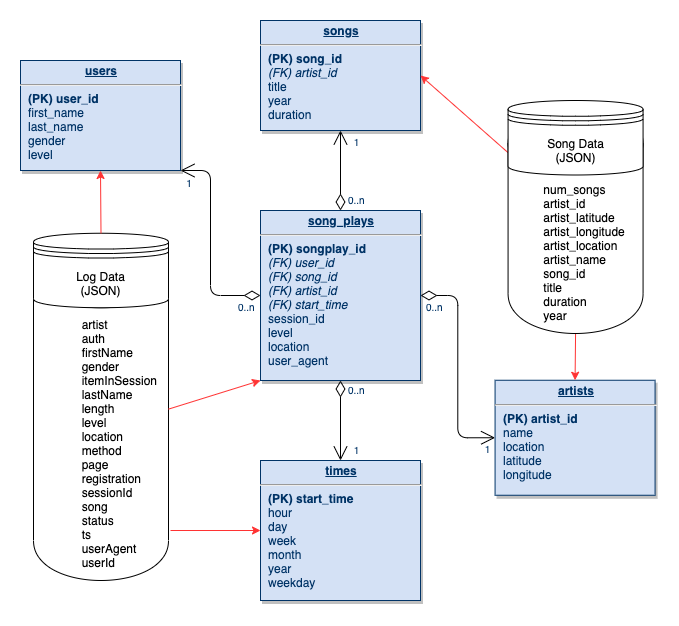
Before: p1/assets/images/StarSchemaDesign.png, a diagram exported from draw.io (BaderAlshaya/Udacity_DEND). Source tidied: cells renumbered, new cells last; positions are measured from the earlier drawing's top-left corner, leaving out a move shared by most shapes.
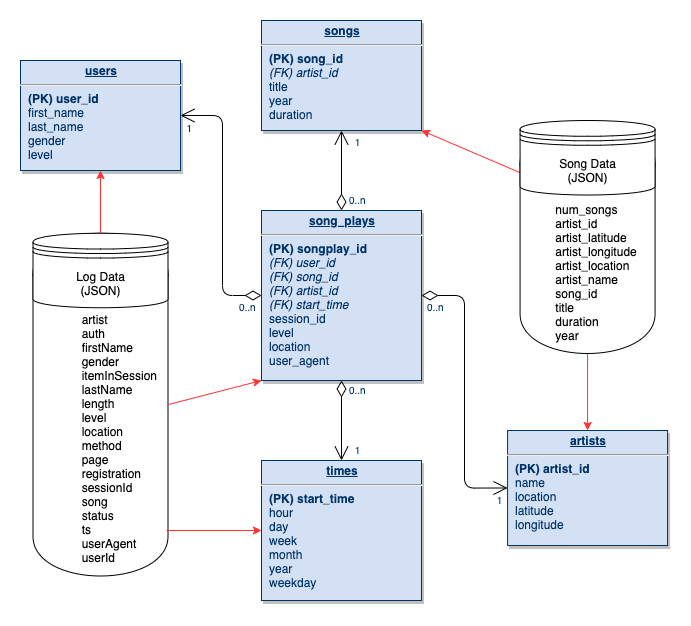
After the commit.

The edit, as a diff of the source:
```diff
@@ -3,22 +3,22 @@
     <mxCell id="0" />
     <mxCell id="1" parent="0" />
     <mxCell id="2" value="&lt;br&gt;&lt;br&gt;&amp;nbsp; &amp;nbsp; &amp;nbsp; &amp;nbsp; &amp;nbsp; &amp;nbsp; &amp;nbsp; artist&lt;br&gt;&amp;nbsp; &amp;nbsp; &amp;nbsp; &amp;nbsp; &amp;nbsp; &amp;nbsp; &amp;nbsp;&amp;nbsp;auth&lt;br&gt;&amp;nbsp; &amp;nbsp; &amp;nbsp; &amp;nbsp; &amp;nbsp; &amp;nbsp; &amp;nbsp;&amp;nbsp;firstName&lt;br&gt;&amp;nbsp; &amp;nbsp; &amp;nbsp; &amp;nbsp; &amp;nbsp; &amp;nbsp; &amp;nbsp;&amp;nbsp;gender&lt;br&gt;&amp;nbsp; &amp;nbsp; &amp;nbsp; &amp;nbsp; &amp;nbsp; &amp;nbsp; &amp;nbsp;&amp;nbsp;itemInSession&lt;br&gt;&amp;nbsp; &amp;nbsp; &amp;nbsp; &amp;nbsp; &amp;nbsp; &amp;nbsp; &amp;nbsp;&amp;nbsp;lastName&lt;br&gt;&amp;nbsp; &amp;nbsp; &amp;nbsp; &amp;nbsp; &amp;nbsp; &amp;nbsp; &amp;nbsp;&amp;nbsp;length&lt;br&gt;&amp;nbsp; &amp;nbsp; &amp;nbsp; &amp;nbsp; &amp;nbsp; &amp;nbsp; &amp;nbsp;&amp;nbsp;level&lt;br&gt;&amp;nbsp; &amp;nbsp; &amp;nbsp; &amp;nbsp; &amp;nbsp; &amp;nbsp; &amp;nbsp;&amp;nbsp;location&lt;br&gt;&amp;nbsp; &amp;nbsp; &amp;nbsp; &amp;nbsp; &amp;nbsp; &amp;nbsp; &amp;nbsp;&amp;nbsp;method&lt;br&gt;&amp;nbsp; &amp;nbsp; &amp;nbsp; &amp;nbsp; &amp;nbsp; &amp;nbsp; &amp;nbsp;&amp;nbsp;page&lt;br&gt;&amp;nbsp; &amp;nbsp; &amp;nbsp; &amp;nbsp; &amp;nbsp; &amp;nbsp; &amp;nbsp;&amp;nbsp;registration&lt;br&gt;&amp;nbsp; &amp;nbsp; &amp;nbsp; &amp;nbsp; &amp;nbsp; &amp;nbsp; &amp;nbsp;&amp;nbsp;sessionId&lt;br&gt;&amp;nbsp; &amp;nbsp; &amp;nbsp; &amp;nbsp; &amp;nbsp; &amp;nbsp; &amp;nbsp;&amp;nbsp;song&lt;br&gt;&amp;nbsp; &amp;nbsp; &amp;nbsp; &amp;nbsp; &amp;nbsp; &amp;nbsp; &amp;nbsp;&amp;nbsp;status&lt;br&gt;&amp;nbsp; &amp;nbsp; &amp;nbsp; &amp;nbsp; &amp;nbsp; &amp;nbsp; &amp;nbsp;&amp;nbsp;ts&lt;br&gt;&amp;nbsp; &amp;nbsp; &amp;nbsp; &amp;nbsp; &amp;nbsp; &amp;nbsp; &amp;nbsp;&amp;nbsp;userAgent&lt;br&gt;&amp;nbsp; &amp;nbsp; &amp;nbsp; &amp;nbsp; &amp;nbsp; &amp;nbsp; &amp;nbsp;&amp;nbsp;userId" style="shape=cylinder;whiteSpace=wrap;html=1;boundedLbl=1;backgroundOutline=1;align=left;" parent="1" vertex="1">
-      <mxGeometry x="13" y="217.2" width="135" height="342.8" as="geometry" />
+      <mxGeometry x="0.5" y="212.8" width="135" height="342.8" as="geometry" />
     </mxCell>
     <mxCell id="3" value="&lt;p style=&quot;margin: 0px ; margin-top: 4px ; text-align: center ; text-decoration: underline&quot;&gt;&lt;strong&gt;users&lt;/strong&gt;&lt;/p&gt;&lt;hr&gt;&lt;p style=&quot;margin: 0px ; margin-left: 8px&quot;&gt;&lt;b&gt;(PK) user_id&lt;/b&gt;&lt;/p&gt;&lt;p style=&quot;margin: 0px ; margin-left: 8px&quot;&gt;first_name&lt;/p&gt;&lt;p style=&quot;margin: 0px ; margin-left: 8px&quot;&gt;last_name&lt;/p&gt;&lt;p style=&quot;margin: 0px ; margin-left: 8px&quot;&gt;gender&lt;/p&gt;&lt;p style=&quot;margin: 0px ; margin-left: 8px&quot;&gt;level&lt;br&gt;&lt;/p&gt;" style="verticalAlign=top;align=left;overflow=fill;fontSize=12;fontFamily=Helvetica;html=1;strokeColor=#003366;shadow=1;fillColor=#D4E1F5;fontColor=#003366;" parent="1" vertex="1">
-      <mxGeometry y="40" width="160" height="110" as="geometry" />
+      <mxGeometry x="-12" y="40" width="160" height="110" as="geometry" />
     </mxCell>
     <mxCell id="4" value="&lt;p style=&quot;margin: 0px ; margin-top: 4px ; text-align: center ; text-decoration: underline&quot;&gt;&lt;strong&gt;times&lt;/strong&gt;&lt;/p&gt;&lt;hr&gt;&lt;p style=&quot;margin: 0px ; margin-left: 8px&quot;&gt;&lt;b&gt;(PK) start_time&lt;/b&gt;&lt;/p&gt;&lt;p style=&quot;margin: 0px ; margin-left: 8px&quot;&gt;hour&lt;/p&gt;&lt;p style=&quot;margin: 0px ; margin-left: 8px&quot;&gt;day&lt;/p&gt;&lt;p style=&quot;margin: 0px ; margin-left: 8px&quot;&gt;week&lt;/p&gt;&lt;p style=&quot;margin: 0px ; margin-left: 8px&quot;&gt;month&lt;/p&gt;&lt;p style=&quot;margin: 0px ; margin-left: 8px&quot;&gt;year&lt;/p&gt;&lt;p style=&quot;margin: 0px ; margin-left: 8px&quot;&gt;weekday&lt;br&gt;&lt;/p&gt;" style="verticalAlign=top;align=left;overflow=fill;fontSize=12;fontFamily=Helvetica;html=1;strokeColor=#003366;shadow=1;fillColor=#D4E1F5;fontColor=#003366;" parent="1" vertex="1">
-      <mxGeometry x="240" y="440" width="160" height="140" as="geometry" />
+      <mxGeometry x="229" y="440" width="160" height="140" as="geometry" />
     </mxCell>
     <mxCell id="5" value="&lt;p style=&quot;margin: 4px 0px 0px ; text-align: center&quot;&gt;&lt;b&gt;&lt;u&gt;song_plays&lt;/u&gt;&lt;/b&gt;&lt;br&gt;&lt;/p&gt;&lt;hr&gt;&lt;p style=&quot;margin: 0px 0px 0px 8px&quot;&gt;&lt;b&gt;(PK) songplay_id&lt;br&gt;&lt;/b&gt;&lt;/p&gt;&lt;p style=&quot;margin: 0px 0px 0px 8px&quot;&gt;&lt;i&gt;(FK) user_id&lt;/i&gt;&lt;/p&gt;&lt;p style=&quot;margin: 0px ; margin-left: 8px&quot;&gt;&lt;i&gt;(FK)&amp;nbsp;&lt;span&gt;song_id&lt;/span&gt;&lt;/i&gt;&lt;/p&gt;&lt;p style=&quot;margin: 0px ; margin-left: 8px&quot;&gt;&lt;i&gt;&lt;span&gt;(FK)&amp;nbsp;&lt;/span&gt;&lt;span&gt;artist_id&lt;/span&gt;&lt;/i&gt;&lt;/p&gt;&lt;p style=&quot;margin: 0px ; margin-left: 8px&quot;&gt;&lt;i&gt;(FK) start_time&lt;/i&gt;&lt;/p&gt;&lt;p style=&quot;margin: 0px 0px 0px 8px&quot;&gt;session_id&lt;br&gt;&lt;/p&gt;&lt;p style=&quot;margin: 0px ; margin-left: 8px&quot;&gt;&lt;span&gt;level&lt;/span&gt;&lt;br&gt;&lt;/p&gt;&lt;p style=&quot;margin: 0px ; margin-left: 8px&quot;&gt;&lt;span&gt;location&lt;/span&gt;&lt;br&gt;&lt;/p&gt;&lt;p style=&quot;margin: 0px ; margin-left: 8px&quot;&gt;user_agent&lt;br&gt;&lt;/p&gt;" style="verticalAlign=top;align=left;overflow=fill;fontSize=12;fontFamily=Helvetica;html=1;strokeColor=#003366;shadow=1;fillColor=#D4E1F5;fontColor=#003366;" parent="1" vertex="1">
-      <mxGeometry x="240" y="190" width="160" height="170" as="geometry" />
+      <mxGeometry x="229" y="190" width="160" height="170" as="geometry" />
     </mxCell>
     <mxCell id="6" value="&lt;p style=&quot;margin: 0px ; margin-top: 4px ; text-align: center ; text-decoration: underline&quot;&gt;&lt;strong&gt;artists&lt;/strong&gt;&lt;/p&gt;&lt;hr&gt;&lt;p style=&quot;margin: 0px ; margin-left: 8px&quot;&gt;&lt;b&gt;(PK) artist_id&lt;/b&gt;&lt;/p&gt;&lt;p style=&quot;margin: 0px ; margin-left: 8px&quot;&gt;name&lt;/p&gt;&lt;p style=&quot;margin: 0px ; margin-left: 8px&quot;&gt;location&lt;/p&gt;&lt;p style=&quot;margin: 0px ; margin-left: 8px&quot;&gt;latitude&lt;/p&gt;&lt;p style=&quot;margin: 0px ; margin-left: 8px&quot;&gt;longitude&lt;br&gt;&lt;/p&gt;" style="verticalAlign=top;align=left;overflow=fill;fontSize=12;fontFamily=Helvetica;html=1;strokeColor=#003366;shadow=1;fillColor=#D4E1F5;fontColor=#003366;" parent="1" vertex="1">
-      <mxGeometry x="474.6" y="359.8" width="160" height="115" as="geometry" />
+      <mxGeometry x="475.1" y="410" width="160" height="115" as="geometry" />
     </mxCell>
     <mxCell id="7" value="&lt;p style=&quot;margin: 0px ; margin-top: 4px ; text-align: center ; text-decoration: underline&quot;&gt;&lt;strong&gt;songs&lt;/strong&gt;&lt;/p&gt;&lt;hr&gt;&lt;p style=&quot;margin: 0px ; margin-left: 8px&quot;&gt;&lt;b&gt;(PK) song_id&lt;/b&gt;&lt;/p&gt;&lt;p style=&quot;margin: 0px 0px 0px 8px&quot;&gt;&lt;i&gt;(FK) artist_id&lt;/i&gt;&lt;/p&gt;&lt;p style=&quot;margin: 0px ; margin-left: 8px&quot;&gt;title&lt;/p&gt;&lt;p style=&quot;margin: 0px ; margin-left: 8px&quot;&gt;&lt;span&gt;year&lt;/span&gt;&lt;br&gt;&lt;/p&gt;&lt;p style=&quot;margin: 0px ; margin-left: 8px&quot;&gt;duration&lt;br&gt;&lt;/p&gt;" style="verticalAlign=top;align=left;overflow=fill;fontSize=12;fontFamily=Helvetica;html=1;strokeColor=#003366;shadow=1;fillColor=#D4E1F5;fontColor=#003366;" parent="1" vertex="1">
-      <mxGeometry x="240" width="160" height="110" as="geometry" />
+      <mxGeometry x="229" width="160" height="110" as="geometry" />
     </mxCell>
     <mxCell id="8" style="endArrow=open;endSize=12;startArrow=diamondThin;startSize=14;startFill=0;edgeStyle=orthogonalEdgeStyle;" parent="1" edge="1" source="5" target="4">
       <mxGeometry x="1269.4" y="180" as="geometry" />
@@ -59,11 +59,11 @@
         <mxPoint x="20" as="offset" />
       </mxGeometry>
     </mxCell>
-    <mxCell id="17" style="endArrow=open;endSize=12;startArrow=diamondThin;startSize=14;startFill=0;edgeStyle=orthogonalEdgeStyle;entryX=1;entryY=1;entryDx=0;entryDy=0;" parent="1" edge="1" source="5" target="3">
+    <mxCell id="17" style="endArrow=open;endSize=12;startArrow=diamondThin;startSize=14;startFill=0;edgeStyle=orthogonalEdgeStyle;entryX=1;entryY=0.5;entryDx=0;entryDy=0;" parent="1" edge="1" source="5" target="3">
       <mxGeometry x="1389.4" y="130" as="geometry">
         <Array as="points">
           <mxPoint x="190" y="275" />
-          <mxPoint x="190" y="150" />
+          <mxPoint x="190" y="95" />
         </Array>
       </mxGeometry>
     </mxCell>
@@ -81,7 +81,7 @@
       <mxGeometry relative="1" as="geometry" />
     </mxCell>
     <mxCell id="21" value="Log Data&lt;br&gt;(JSON)" style="shape=datastore;whiteSpace=wrap;html=1;" parent="1" vertex="1">
-      <mxGeometry x="13" y="212.8" width="135" height="74.5" as="geometry" />
+      <mxGeometry x="0.5" y="212.8" width="135" height="74.5" as="geometry" />
     </mxCell>
     <mxCell id="22" style="endArrow=classic;html=1;entryX=0.5;entryY=1;entryDx=0;entryDy=0;exitX=0.5;exitY=0;exitDx=0;exitDy=0;strokeColor=#FF3333;" parent="1" edge="1" source="21" target="3">
       <mxGeometry relative="1" as="geometry" />
@@ -91,20 +91,20 @@
     </mxCell>
     <mxCell id="24" style="endArrow=classic;html=1;entryX=0;entryY=0.5;entryDx=0;entryDy=0;strokeColor=#FF3333;" parent="1" edge="1" target="4">
       <mxGeometry relative="1" as="geometry">
-        <mxPoint x="150" y="510" as="sourcePoint" />
+        <mxPoint x="134" y="510" as="sourcePoint" />
       </mxGeometry>
     </mxCell>
     <mxCell id="25" style="endArrow=classic;html=1;entryX=0.5;entryY=0;entryDx=0;entryDy=0;exitX=0.5;exitY=1;exitDx=0;exitDy=0;strokeColor=#FF3333;" parent="1" edge="1" source="27" target="6">
       <mxGeometry relative="1" as="geometry" />
     </mxCell>
-    <mxCell id="26" style="endArrow=classic;html=1;entryX=1;entryY=0.5;entryDx=0;entryDy=0;fillColor=#3399FF;strokeColor=#FF3333;exitX=0;exitY=0.7;exitDx=0;exitDy=0;" parent="1" edge="1" source="28" target="7">
+    <mxCell id="26" style="endArrow=classic;html=1;entryX=1;entryY=1;entryDx=0;entryDy=0;fillColor=#3399FF;strokeColor=#FF3333;exitX=0;exitY=0.7;exitDx=0;exitDy=0;" parent="1" edge="1" source="28" target="7">
       <mxGeometry relative="1" as="geometry" />
     </mxCell>
     <mxCell id="27" value="&lt;br&gt;&lt;br&gt;&amp;nbsp; &amp;nbsp; &amp;nbsp; &amp;nbsp; &amp;nbsp; num_songs&lt;br&gt;&amp;nbsp; &amp;nbsp; &amp;nbsp; &amp;nbsp; &amp;nbsp; artist_id&lt;br&gt;&amp;nbsp; &amp;nbsp; &amp;nbsp; &amp;nbsp; &amp;nbsp; artist_latitude&lt;br&gt;&amp;nbsp; &amp;nbsp; &amp;nbsp; &amp;nbsp; &amp;nbsp; artist_longitude&lt;br&gt;&amp;nbsp; &amp;nbsp; &amp;nbsp; &amp;nbsp; &amp;nbsp; artist_location&lt;br&gt;&amp;nbsp; &amp;nbsp; &amp;nbsp; &amp;nbsp; &amp;nbsp; artist_name&lt;br&gt;&amp;nbsp; &amp;nbsp; &amp;nbsp; &amp;nbsp; &amp;nbsp; song_id&lt;br&gt;&amp;nbsp; &amp;nbsp; &amp;nbsp; &amp;nbsp; &amp;nbsp; title&lt;br&gt;&amp;nbsp; &amp;nbsp; &amp;nbsp; &amp;nbsp; &amp;nbsp; duration&lt;br&gt;&amp;nbsp; &amp;nbsp; &amp;nbsp; &amp;nbsp; &amp;nbsp; year" style="shape=cylinder;whiteSpace=wrap;html=1;boundedLbl=1;backgroundOutline=1;align=left;" parent="1" vertex="1">
-      <mxGeometry x="487.6" y="83" width="135" height="230" as="geometry" />
+      <mxGeometry x="487.6" y="103" width="135" height="230" as="geometry" />
     </mxCell>
     <mxCell id="28" value="Song Data&lt;br&gt;(JSON)" style="shape=datastore;whiteSpace=wrap;html=1;" parent="1" vertex="1">
-      <mxGeometry x="487.6" y="80" width="135" height="74.5" as="geometry" />
+      <mxGeometry x="487.6" y="100" width="135" height="74.5" as="geometry" />
     </mxCell>
   </root>
 </mxGraphModel>
```
